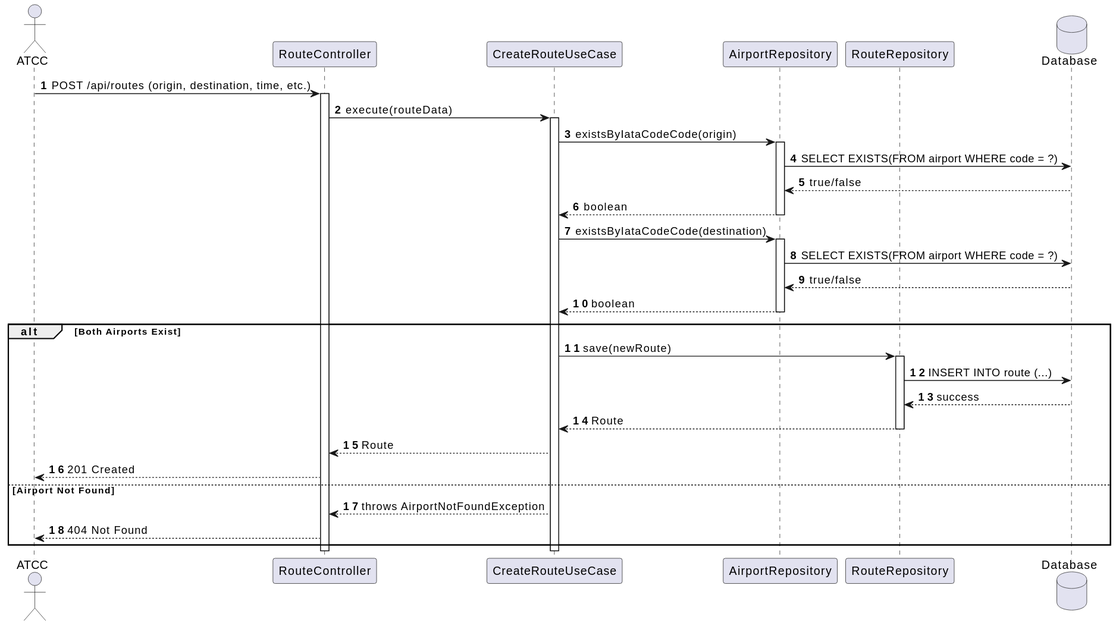
The PlantUML diagram docs/system-documentation/use-cases/WP3A/US110/svg/sd_us110.svg in VascoMagolo/psoft_1231562_1241692_1242036_2db, before a commit.
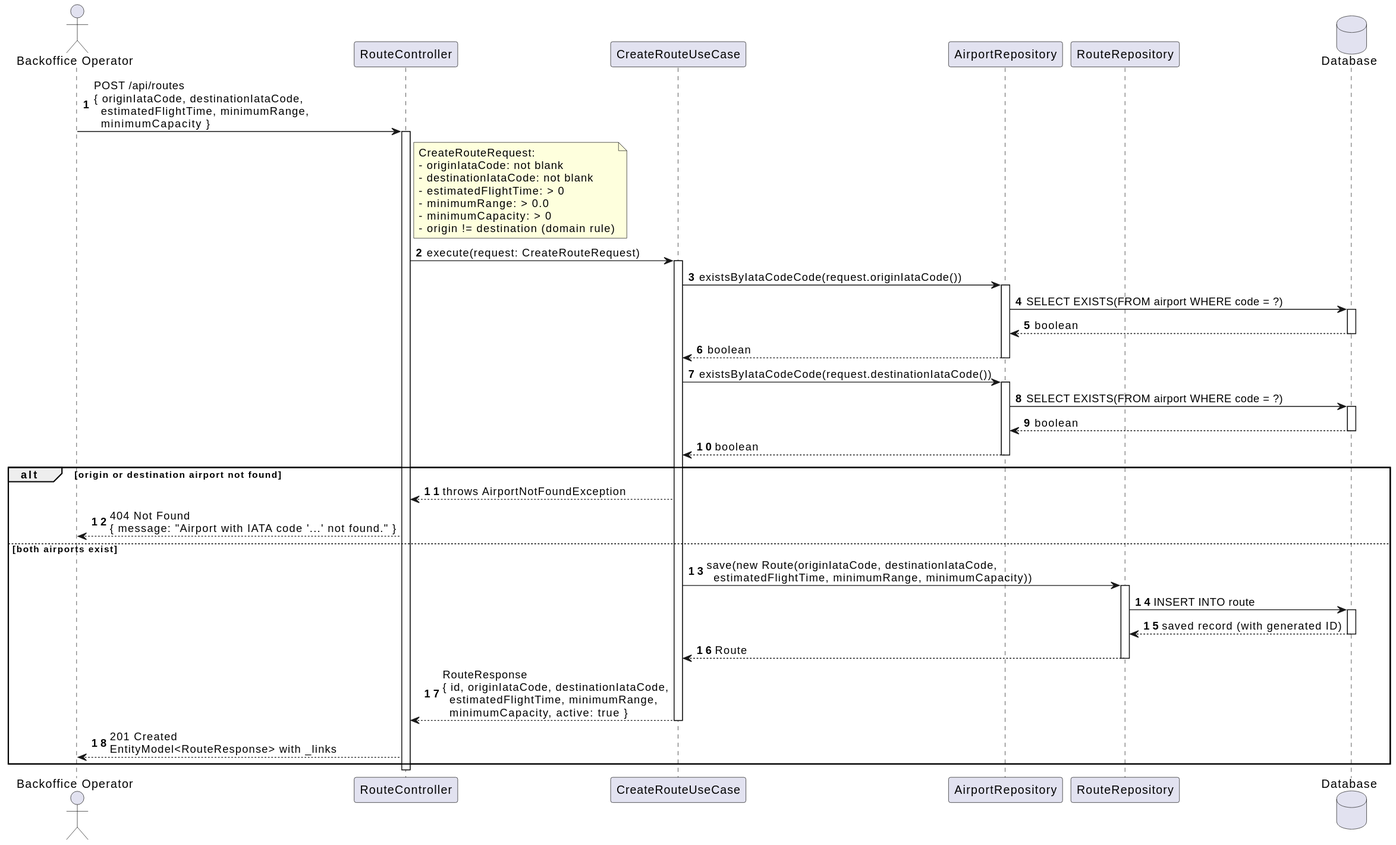
After the change.

Change to the diagram source:
```diff
@@ -1,46 +1,63 @@
 @startuml
 autonumber
-actor "ATCC" as Actor
+actor "Backoffice Operator" as Actor
 participant "RouteController" as Ctrl
 participant "CreateRouteUseCase" as UC
 participant "AirportRepository" as AirRepo
 participant "RouteRepository" as RouteRepo
 database "Database" as DB
 
-Actor -> Ctrl : POST /api/routes (origin, destination, time, etc.)
+Actor -> Ctrl : POST /api/routes\n{ originIataCode, destinationIataCode,\n  estimatedFlightTime, minimumRange,\n  minimumCapacity }
 activate Ctrl
 
-Ctrl -> UC : execute(routeData)
+note right of Ctrl
+  CreateRouteRequest:
+  - originIataCode: not blank
+  - destinationIataCode: not blank
+  - estimatedFlightTime: > 0
+  - minimumRange: > 0.0
+  - minimumCapacity: > 0
+  - origin != destination (domain rule)
+end note
+
+Ctrl -> UC : execute(request: CreateRouteRequest)
 activate UC
 
-UC -> AirRepo : existsByIataCodeCode(origin)
+UC -> AirRepo : existsByIataCodeCode(request.originIataCode())
 activate AirRepo
 AirRepo -> DB : SELECT EXISTS(FROM airport WHERE code = ?)
-DB --> AirRepo : true/false
+activate DB
+DB --> AirRepo : boolean
+deactivate DB
 AirRepo --> UC : boolean
 deactivate AirRepo
 
-UC -> AirRepo : existsByIataCodeCode(destination)
+UC -> AirRepo : existsByIataCodeCode(request.destinationIataCode())
 activate AirRepo
 AirRepo -> DB : SELECT EXISTS(FROM airport WHERE code = ?)
-DB --> AirRepo : true/false
+activate DB
+DB --> AirRepo : boolean
+deactivate DB
 AirRepo --> UC : boolean
 deactivate AirRepo
 
-alt Both Airports Exist
-    UC -> RouteRepo : save(newRoute)
-    activate RouteRepo
-    RouteRepo -> DB : INSERT INTO route (...)
-    DB --> RouteRepo : success
-    RouteRepo --> UC : Route
-    deactivate RouteRepo
-    UC --> Ctrl : Route
-    Ctrl --> Actor : 201 Created
-else Airport Not Found
-    UC --> Ctrl : throws AirportNotFoundException
-    Ctrl --> Actor : 404 Not Found
+alt origin or destination airport not found
+  UC --> Ctrl : throws AirportNotFoundException
+  Ctrl --> Actor : 404 Not Found\n{ message: "Airport with IATA code '...' not found." }
+else both airports exist
+  UC -> RouteRepo : save(new Route(originIataCode, destinationIataCode,\n  estimatedFlightTime, minimumRange, minimumCapacity))
+  activate RouteRepo
+  RouteRepo -> DB : INSERT INTO route
+  activate DB
+  DB --> RouteRepo : saved record (with generated ID)
+  deactivate DB
+  RouteRepo --> UC : Route
+  deactivate RouteRepo
+
+  UC --> Ctrl : RouteResponse\n{ id, originIataCode, destinationIataCode,\n  estimatedFlightTime, minimumRange,\n  minimumCapacity, active: true }
+  deactivate UC
+  Ctrl --> Actor : 201 Created\nEntityModel<RouteResponse> with _links
 end
 
-deactivate UC
 deactivate Ctrl
 @enduml
```
